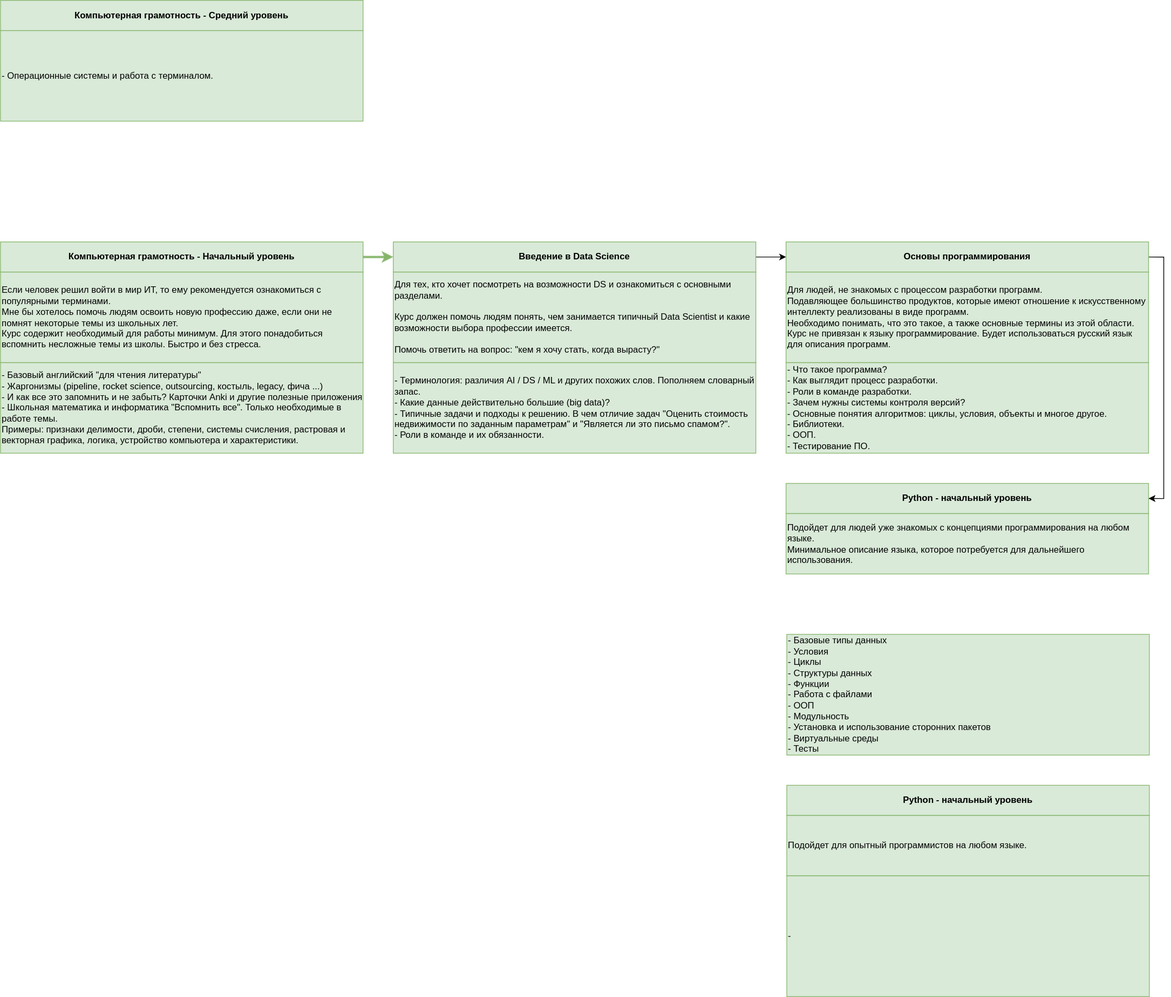
ryndovaira-org/data_science_lectures keeps this draw.io diagram as courses.drawio.svg. Above is the earlier version. Source tidied: cells renumbered, new cells last; positions are measured from the earlier drawing's top-left corner, leaving out a move shared by most shapes.
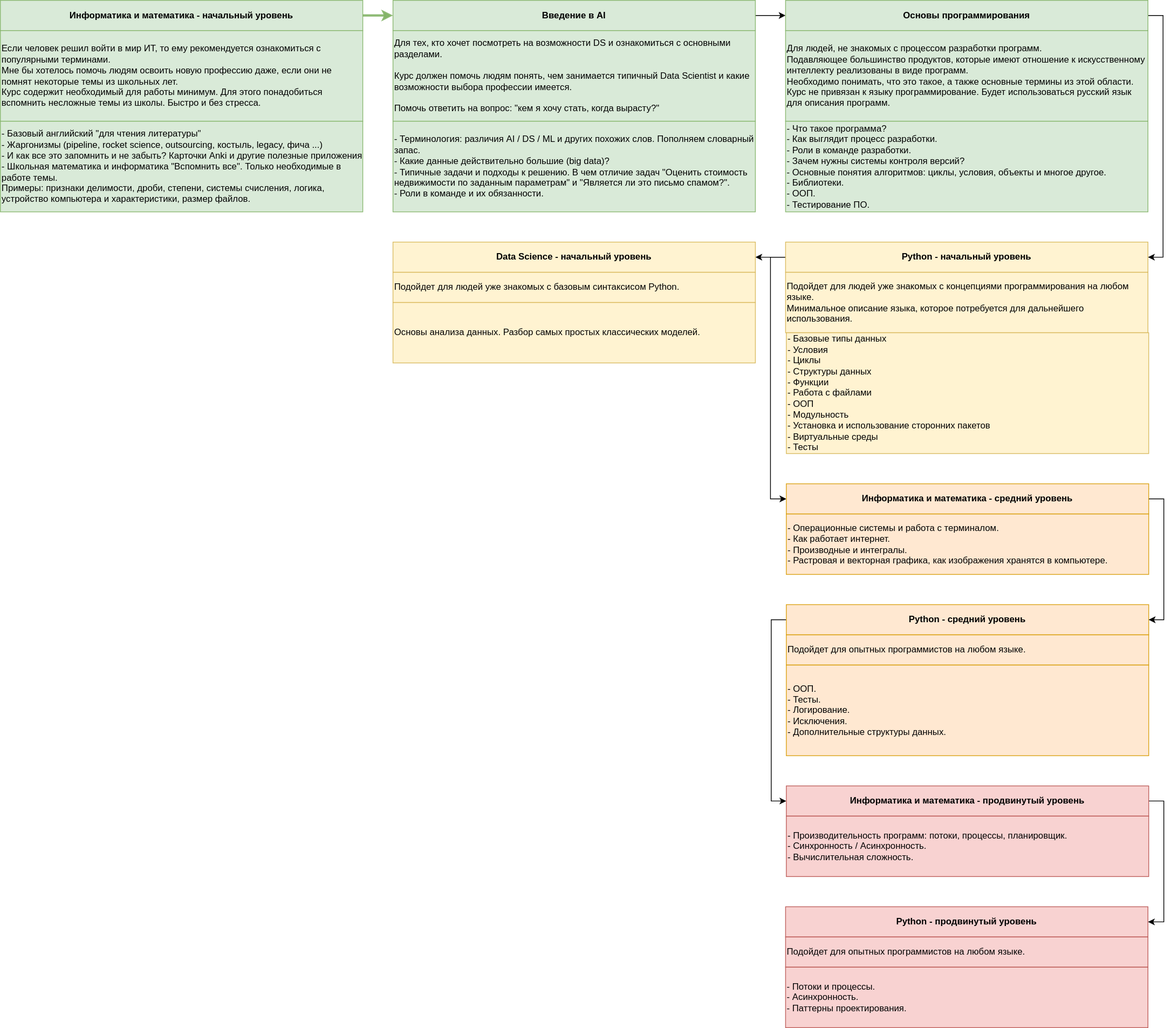
The same diagram one commit later.

Change to the diagram source:
```diff
@@ -5,7 +5,7 @@
     <mxCell id="2" style="edgeStyle=orthogonalEdgeStyle;rounded=0;jettySize=auto;html=1;exitX=1;exitY=0.5;exitDx=0;exitDy=0;strokeWidth=3;fillColor=#d5e8d4;strokeColor=#82b366;opacity=90;entryX=0;entryY=0.5;entryDx=0;entryDy=0;" parent="1" edge="1" source="3" target="6">
       <mxGeometry relative="1" as="geometry" />
     </mxCell>
-    <mxCell id="3" value="Компьютерная грамотность - Начальный уровень" style="rounded=0;whiteSpace=wrap;html=1;fillColor=#d5e8d4;strokeColor=#82b366;opacity=90;fontStyle=1;" parent="1" vertex="1">
+    <mxCell id="3" value="Информатика и математика - начальный уровень" style="rounded=0;whiteSpace=wrap;html=1;fillColor=#d5e8d4;strokeColor=#82b366;opacity=90;fontStyle=1;" parent="1" vertex="1">
       <mxGeometry y="320" width="480" height="40" as="geometry" />
     </mxCell>
     <mxCell id="4" value="Если человек решил войти в мир ИТ, то ему рекомендуется ознакомиться с популярными терминами.&amp;nbsp;&lt;br&gt;Мне бы хотелось помочь людям освоить новую профессию даже, если они не помнят некоторые темы из школьных лет. &lt;br&gt;Курс содержит необходимый для работы минимум. Для этого понадобиться вспомнить несложные темы из школы. Быстро и без стресса." style="rounded=0;whiteSpace=wrap;html=1;fillColor=#d5e8d4;align=left;strokeColor=#82b366;opacity=90;" parent="1" vertex="1">
@@ -14,19 +14,25 @@
     <mxCell id="5" style="edgeStyle=orthogonalEdgeStyle;rounded=0;jettySize=auto;html=1;exitX=1;exitY=0.5;exitDx=0;exitDy=0;entryX=0;entryY=0.5;entryDx=0;entryDy=0;" parent="1" edge="1" source="6" target="12">
       <mxGeometry relative="1" as="geometry" />
     </mxCell>
-    <mxCell id="6" value="Введение в Data Science" style="rounded=0;whiteSpace=wrap;html=1;fillColor=#d5e8d4;strokeColor=#82b366;opacity=90;fontStyle=1;" parent="1" vertex="1">
+    <mxCell id="6" value="Введение в AI" style="rounded=0;whiteSpace=wrap;html=1;fillColor=#d5e8d4;strokeColor=#82b366;opacity=90;fontStyle=1;" parent="1" vertex="1">
       <mxGeometry x="520" y="320" width="480" height="40" as="geometry" />
     </mxCell>
     <mxCell id="7" value="Для тех, кто хочет посмотреть на возможности DS и ознакомиться с основными разделами.&lt;br&gt;&lt;br&gt;Курс должен помочь людям понять, чем занимается типичный Data Scientist и какие возможности выбора профессии имеется.&lt;br&gt;&lt;br&gt;Помочь ответить на вопрос: &quot;кем я хочу стать, когда вырасту?&quot;" style="rounded=0;whiteSpace=wrap;html=1;fillColor=#d5e8d4;align=left;strokeColor=#82b366;opacity=90;" parent="1" vertex="1">
       <mxGeometry x="520" y="360" width="480" height="120" as="geometry" />
     </mxCell>
-    <mxCell id="8" value="- Базовый английский &quot;для чтения литературы&quot;&lt;br style=&quot;border-color: var(--border-color);&quot;&gt;- Жаргонизмы (pipeline, rocket science, outsourcing, костыль, legacy, фича ...)&lt;br style=&quot;border-color: var(--border-color);&quot;&gt;- И как все это запомнить и не забыть? Карточки Anki и другие полезные приложения&lt;br&gt;- Школьная математика и информатика &quot;Вспомнить все&quot;. Только необходимые в работе темы. &lt;br&gt;Примеры: признаки делимости, дроби, степени, системы счисления, растровая и векторная графика, логика, устройство компьютера и характеристики." style="rounded=0;whiteSpace=wrap;html=1;fillColor=#d5e8d4;align=left;strokeColor=#82b366;opacity=90;" parent="1" vertex="1">
+    <mxCell id="8" value="- Базовый английский &quot;для чтения литературы&quot;&lt;br style=&quot;border-color: var(--border-color);&quot;&gt;- Жаргонизмы (pipeline, rocket science, outsourcing, костыль, legacy, фича ...)&lt;br style=&quot;border-color: var(--border-color);&quot;&gt;- И как все это запомнить и не забыть? Карточки Anki и другие полезные приложения&lt;br&gt;- Школьная математика и информатика &quot;Вспомнить все&quot;. Только необходимые в работе темы. &lt;br&gt;Примеры: признаки делимости, дроби, степени, системы счисления, логика, устройство компьютера и характеристики, размер файлов." style="rounded=0;whiteSpace=wrap;html=1;fillColor=#d5e8d4;align=left;strokeColor=#82b366;opacity=90;" parent="1" vertex="1">
       <mxGeometry y="480" width="480" height="120" as="geometry" />
     </mxCell>
     <mxCell id="9" value="- Терминология:&amp;nbsp;различия AI / DS / ML и других похожих слов. Пополняем словарный запас.&lt;br&gt;- Какие данные действительно большие (big data)?&lt;br&gt;- Типичные задачи и подходы к решению. В чем отличие задач &quot;Оценить стоимость недвижимости по заданным параметрам&quot; и &quot;Является ли это письмо спамом?&quot;.&lt;br&gt;- Роли в команде и их обязанности." style="rounded=0;whiteSpace=wrap;html=1;fillColor=#d5e8d4;align=left;strokeColor=#82b366;opacity=90;" parent="1" vertex="1">
       <mxGeometry x="520" y="480" width="480" height="120" as="geometry" />
     </mxCell>
+    <mxCell id="22" style="edgeStyle=orthogonalEdgeStyle;rounded=0;jettySize=auto;html=1;entryX=0;entryY=0.5;entryDx=0;entryDy=0;exitX=0;exitY=0.5;exitDx=0;exitDy=0;" parent="1" edge="1" source="10" target="20">
+      <mxGeometry relative="1" as="geometry" />
+    </mxCell>
+    <mxCell id="23" style="edgeStyle=orthogonalEdgeStyle;rounded=0;jettySize=auto;html=1;exitX=0;exitY=0.5;exitDx=0;exitDy=0;entryX=1;entryY=0.5;entryDx=0;entryDy=0;" parent="1" edge="1" source="10" target="29">
+      <mxGeometry relative="1" as="geometry" />
+    </mxCell>
-    <mxCell id="10" value="Python - начальный уровень" style="rounded=0;whiteSpace=wrap;html=1;fillColor=#d5e8d4;strokeColor=#82b366;opacity=90;fontStyle=1;" parent="1" vertex="1">
+    <mxCell id="10" value="Python - начальный уровень" style="rounded=0;whiteSpace=wrap;html=1;fillColor=#fff2cc;strokeColor=#d6b656;opacity=90;fontStyle=1;" parent="1" vertex="1">
       <mxGeometry x="1040" y="640" width="480" height="40" as="geometry" />
     </mxCell>
     <mxCell id="11" style="edgeStyle=orthogonalEdgeStyle;rounded=0;jettySize=auto;html=1;exitX=1;exitY=0.5;exitDx=0;exitDy=0;entryX=1;entryY=0.5;entryDx=0;entryDy=0;" parent="1" edge="1" source="12" target="10">
@@ -41,26 +47,59 @@
     <mxCell id="14" value="- Что такое программа?&lt;br&gt;- Как выглядит процесс разработки.&lt;br&gt;- Роли в команде разработки.&lt;br&gt;- Зачем нужны системы контроля версий?&lt;br&gt;- Основные понятия алгоритмов: циклы, условия, объекты и многое другое.&lt;br&gt;- Библиотеки.&amp;nbsp;&lt;br&gt;- ООП.&lt;br&gt;- Тестирование ПО." style="rounded=0;whiteSpace=wrap;html=1;fillColor=#d5e8d4;align=left;strokeColor=#82b366;opacity=90;" parent="1" vertex="1">
       <mxGeometry x="1040" y="480" width="480" height="120" as="geometry" />
     </mxCell>
-    <mxCell id="15" value="Подойдет для людей уже знакомых с концепциями программирования на любом языке.&lt;br&gt;Минимальное описание языка, которое потребуется для дальнейшего использования." style="rounded=0;whiteSpace=wrap;html=1;fillColor=#d5e8d4;align=left;strokeColor=#82b366;opacity=90;" parent="1" vertex="1">
+    <mxCell id="15" value="Подойдет для людей уже знакомых с концепциями программирования на любом языке.&lt;br&gt;Минимальное описание языка, которое потребуется для дальнейшего использования." style="rounded=0;whiteSpace=wrap;html=1;fillColor=#fff2cc;align=left;strokeColor=#d6b656;opacity=90;" parent="1" vertex="1">
       <mxGeometry x="1040" y="680" width="480" height="80" as="geometry" />
     </mxCell>
-    <mxCell id="16" value="- Базовые типы данных&lt;br&gt;- Условия&lt;br&gt;- Циклы&lt;br&gt;- Структуры данных&lt;br&gt;- Функции&lt;br&gt;- Работа с файлами&lt;br&gt;- ООП&lt;br&gt;- Модульность&lt;br&gt;- Установка и использование сторонних пакетов&lt;br&gt;- Виртуальные среды&lt;br&gt;- Тесты" style="rounded=0;whiteSpace=wrap;html=1;fillColor=#d5e8d4;align=left;strokeColor=#82b366;opacity=90;" parent="1" vertex="1">
-      <mxGeometry x="1041" y="840" width="480" height="160" as="geometry" />
+    <mxCell id="16" value="- Базовые типы данных&lt;br&gt;- Условия&lt;br&gt;- Циклы&lt;br&gt;- Структуры данных&lt;br&gt;- Функции&lt;br&gt;- Работа с файлами&lt;br&gt;- ООП&lt;br&gt;- Модульность&lt;br&gt;- Установка и использование сторонних пакетов&lt;br&gt;- Виртуальные среды&lt;br&gt;- Тесты" style="rounded=0;whiteSpace=wrap;html=1;fillColor=#fff2cc;align=left;strokeColor=#d6b656;opacity=90;" parent="1" vertex="1">
+      <mxGeometry x="1041" y="760" width="480" height="160" as="geometry" />
     </mxCell>
+    <mxCell id="24" style="edgeStyle=orthogonalEdgeStyle;rounded=0;jettySize=auto;html=1;exitX=0;exitY=0.5;exitDx=0;exitDy=0;entryX=0;entryY=0.5;entryDx=0;entryDy=0;" parent="1" edge="1" source="17" target="33">
+      <mxGeometry relative="1" as="geometry" />
+    </mxCell>
-    <mxCell id="17" value="Python - начальный уровень" style="rounded=0;whiteSpace=wrap;html=1;fillColor=#d5e8d4;strokeColor=#82b366;opacity=90;fontStyle=1;" parent="1" vertex="1">
-      <mxGeometry x="1041" y="1040" width="480" height="40" as="geometry" />
+    <mxCell id="17" value="Python - средний уровень" style="rounded=0;whiteSpace=wrap;html=1;fillColor=#ffe6cc;strokeColor=#d79b00;opacity=90;fontStyle=1;" parent="1" vertex="1">
+      <mxGeometry x="1041" y="1120" width="480" height="40" as="geometry" />
     </mxCell>
-    <mxCell id="18" value="Подойдет для опытный программистов на любом языке." style="rounded=0;whiteSpace=wrap;html=1;fillColor=#d5e8d4;align=left;strokeColor=#82b366;opacity=90;" parent="1" vertex="1">
-      <mxGeometry x="1041" y="1080" width="480" height="80" as="geometry" />
+    <mxCell id="18" value="Подойдет для опытных программистов на любом языке." style="rounded=0;whiteSpace=wrap;html=1;fillColor=#ffe6cc;align=left;strokeColor=#d79b00;opacity=90;" parent="1" vertex="1">
+      <mxGeometry x="1041" y="1160" width="480" height="40" as="geometry" />
     </mxCell>
-    <mxCell id="19" value="-&amp;nbsp;" style="rounded=0;whiteSpace=wrap;html=1;fillColor=#d5e8d4;align=left;strokeColor=#82b366;opacity=90;" parent="1" vertex="1">
-      <mxGeometry x="1041" y="1160" width="480" height="160" as="geometry" />
+    <mxCell id="19" value="- ООП.&lt;br&gt;- Тесты.&lt;br&gt;- Логирование.&lt;br&gt;- Исключения.&lt;br&gt;- Дополнительные структуры данных." style="rounded=0;whiteSpace=wrap;html=1;fillColor=#ffe6cc;align=left;strokeColor=#d79b00;opacity=90;" parent="1" vertex="1">
+      <mxGeometry x="1041" y="1200" width="480" height="120" as="geometry" />
     </mxCell>
+    <mxCell id="25" style="edgeStyle=orthogonalEdgeStyle;rounded=0;jettySize=auto;html=1;exitX=1;exitY=0.5;exitDx=0;exitDy=0;entryX=1;entryY=0.5;entryDx=0;entryDy=0;" parent="1" edge="1" source="20" target="17">
+      <mxGeometry relative="1" as="geometry" />
+    </mxCell>
-    <mxCell id="20" value="Компьютерная грамотность - Средний уровень" style="rounded=0;whiteSpace=wrap;html=1;fillColor=#d5e8d4;strokeColor=#82b366;opacity=90;fontStyle=1;" parent="1" vertex="1">
-      <mxGeometry width="480" height="40" as="geometry" />
+    <mxCell id="20" value="Информатика и математика - средний уровень" style="rounded=0;whiteSpace=wrap;html=1;fillColor=#ffe6cc;strokeColor=#d79b00;opacity=90;fontStyle=1;" parent="1" vertex="1">
+      <mxGeometry x="1041" y="960" width="480" height="40" as="geometry" />
     </mxCell>
-    <mxCell id="21" value="- Операционные системы и работа с терминалом.&lt;br&gt;" style="rounded=0;whiteSpace=wrap;html=1;fillColor=#d5e8d4;align=left;strokeColor=#82b366;opacity=90;" parent="1" vertex="1">
-      <mxGeometry y="40" width="480" height="120" as="geometry" />
+    <mxCell id="21" value="- Операционные системы и работа с терминалом.&lt;br&gt;- Как работает интернет.&lt;br&gt;- Производные и интегралы.&lt;br&gt;- Растровая и векторная графика, как изображения хранятся в компьютере." style="rounded=0;whiteSpace=wrap;html=1;fillColor=#ffe6cc;align=left;strokeColor=#d79b00;opacity=90;" parent="1" vertex="1">
+      <mxGeometry x="1041" y="1000" width="480" height="80" as="geometry" />
     </mxCell>
+    <mxCell id="26" value="Python - продвинутый уровень" style="rounded=0;whiteSpace=wrap;html=1;fillColor=#f8cecc;strokeColor=#b85450;opacity=90;fontStyle=1;" parent="1" vertex="1">
+      <mxGeometry x="1040" y="1520" width="480" height="40" as="geometry" />
+    </mxCell>
+    <mxCell id="27" value="Подойдет для опытных программистов на любом языке." style="rounded=0;whiteSpace=wrap;html=1;fillColor=#f8cecc;align=left;strokeColor=#b85450;opacity=90;" parent="1" vertex="1">
+      <mxGeometry x="1040" y="1560" width="480" height="40" as="geometry" />
+    </mxCell>
+    <mxCell id="28" value="- Потоки и процессы.&lt;br style=&quot;border-color: var(--border-color);&quot;&gt;- Асинхронность.&lt;br&gt;- Паттерны проектирования." style="rounded=0;whiteSpace=wrap;html=1;fillColor=#f8cecc;align=left;strokeColor=#b85450;opacity=90;" parent="1" vertex="1">
+      <mxGeometry x="1040" y="1600" width="480" height="80" as="geometry" />
+    </mxCell>
+    <mxCell id="29" value="Data Science - начальный уровень" style="rounded=0;whiteSpace=wrap;html=1;fillColor=#fff2cc;strokeColor=#d6b656;opacity=90;fontStyle=1;" parent="1" vertex="1">
+      <mxGeometry x="520" y="640" width="480" height="40" as="geometry" />
+    </mxCell>
+    <mxCell id="30" value="Подойдет для людей уже знакомых с базовым синтаксисом Python." style="rounded=0;whiteSpace=wrap;html=1;fillColor=#fff2cc;align=left;strokeColor=#d6b656;opacity=90;" parent="1" vertex="1">
+      <mxGeometry x="520" y="680" width="480" height="40" as="geometry" />
+    </mxCell>
+    <mxCell id="31" value="Основы анализа данных. Разбор самых простых классических моделей.&amp;nbsp;&lt;br&gt;" style="rounded=0;whiteSpace=wrap;html=1;fillColor=#fff2cc;align=left;strokeColor=#d6b656;opacity=90;" parent="1" vertex="1">
+      <mxGeometry x="520" y="720" width="480" height="80" as="geometry" />
+    </mxCell>
+    <mxCell id="32" style="edgeStyle=orthogonalEdgeStyle;rounded=0;jettySize=auto;html=1;exitX=1;exitY=0.5;exitDx=0;exitDy=0;entryX=1;entryY=0.5;entryDx=0;entryDy=0;" parent="1" edge="1" source="33" target="26">
+      <mxGeometry relative="1" as="geometry" />
+    </mxCell>
+    <mxCell id="33" value="Информатика и математика - продвинутый уровень" style="rounded=0;whiteSpace=wrap;html=1;fillColor=#f8cecc;strokeColor=#b85450;opacity=90;fontStyle=1;" parent="1" vertex="1">
+      <mxGeometry x="1041" y="1360" width="480" height="40" as="geometry" />
+    </mxCell>
+    <mxCell id="34" value="- Производительность программ: потоки, процессы, планировщик.&lt;br&gt;- Синхронность / Асинхронность.&lt;br&gt;- Вычислительная сложность." style="rounded=0;whiteSpace=wrap;html=1;fillColor=#f8cecc;align=left;strokeColor=#b85450;opacity=90;" parent="1" vertex="1">
+      <mxGeometry x="1041" y="1400" width="480" height="80" as="geometry" />
+    </mxCell>
   </root>
 </mxGraphModel>
```
